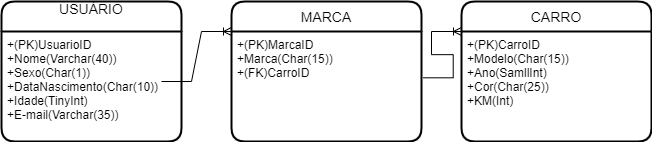
Earlier version of the draw.io export BancoDados/Diagrama_Veiculos.drawio.png (CristovamOliver/API_.NET6-DDD). Source tidied: cells renumbered, new cells last; positions are measured from the earlier drawing's top-left corner, leaving out a move shared by most shapes. Its diagram source:
```xml
<mxGraphModel>
  <root>
    <mxCell id="0" />
    <mxCell id="1" parent="0" />
    <mxCell id="2" value="USUÁRIO&#10;" style="swimlane;horizontal=1;startSize=30;rounded=1;fontSize=14;fontStyle=0;strokeWidth=2;shadow=0;dashed=0;align=center;" parent="1" vertex="1">
      <mxGeometry width="180" height="140" as="geometry" />
    </mxCell>
    <mxCell id="3" value="+(PK)UsuarioID&#10;+Nome(Varchar(40))&#10;+Sexo(Char(1))&#10;+DataNascimento(Char(10))&#10;+Idade(TinyInt)&#10;+E-mail(Varchar(35))&#10;" style="align=left;strokeColor=none;fillColor=none;spacingLeft=4;fontSize=12;verticalAlign=top;" parent="2" vertex="1">
      <mxGeometry y="30" width="180" height="110" as="geometry" />
    </mxCell>
    <mxCell id="4" value="MARCA" style="swimlane;horizontal=1;startSize=30;rounded=1;fontSize=14;fontStyle=0;strokeWidth=2;shadow=0;dashed=0;align=center;" parent="1" vertex="1">
      <mxGeometry x="230" width="190" height="140" as="geometry" />
    </mxCell>
    <mxCell id="5" value="+(PK)MarcaID&#10;+Marca(Char(15))&#10;+(FK)CarroID&#10;" style="align=left;strokeColor=none;fillColor=none;spacingLeft=4;fontSize=12;verticalAlign=top;" parent="4" vertex="1">
      <mxGeometry y="30" width="190" height="110" as="geometry" />
    </mxCell>
    <mxCell id="6" value="CARRO" style="swimlane;horizontal=1;startSize=30;rounded=1;fontSize=14;fontStyle=0;strokeWidth=2;shadow=0;dashed=0;align=center;" parent="1" vertex="1">
      <mxGeometry x="460" width="190" height="140" as="geometry" />
    </mxCell>
    <mxCell id="7" value="+(PK)CarroID&#10;+Modelo(Char(15))&#10;+Ano(SamllInt)&#10;+Cor(Char(25))&#10;+KM(Int)&#10;" style="align=left;strokeColor=none;fillColor=none;spacingLeft=4;fontSize=12;verticalAlign=top;" parent="6" vertex="1">
      <mxGeometry y="30" width="190" height="110" as="geometry" />
    </mxCell>
    <mxCell id="8" style="edgeStyle=entityRelationEdgeStyle;fontSize=12;html=1;endArrow=ERoneToMany;rounded=0;entryX=0;entryY=0;entryDx=0;entryDy=0;" parent="1" edge="1" target="5">
      <mxGeometry relative="1" as="geometry">
        <mxPoint x="160" y="80" as="sourcePoint" />
      </mxGeometry>
    </mxCell>
    <mxCell id="9" style="edgeStyle=entityRelationEdgeStyle;fontSize=12;html=1;endArrow=ERoneToMany;rounded=0;entryX=0;entryY=0;entryDx=0;entryDy=0;exitX=1.009;exitY=0.421;exitDx=0;exitDy=0;exitPerimeter=0;" parent="1" edge="1" source="5" target="7">
      <mxGeometry relative="1" as="geometry" />
    </mxCell>
  </root>
</mxGraphModel>
```
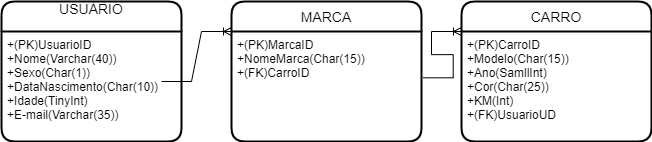
The same file after the commit.

Commit message:
Alteração script db e schema db

Diff of the diagram source:
```diff
@@ -11,13 +11,13 @@
     <mxCell id="4" value="MARCA" style="swimlane;horizontal=1;startSize=30;rounded=1;fontSize=14;fontStyle=0;strokeWidth=2;shadow=0;dashed=0;align=center;" parent="1" vertex="1">
       <mxGeometry x="230" width="190" height="140" as="geometry" />
     </mxCell>
-    <mxCell id="5" value="+(PK)MarcaID&#10;+Marca(Char(15))&#10;+(FK)CarroID&#10;" style="align=left;strokeColor=none;fillColor=none;spacingLeft=4;fontSize=12;verticalAlign=top;" parent="4" vertex="1">
+    <mxCell id="5" value="+(PK)MarcaID&#10;+NomeMarca(Char(15))&#10;+(FK)CarroID&#10;" style="align=left;strokeColor=none;fillColor=none;spacingLeft=4;fontSize=12;verticalAlign=top;" parent="4" vertex="1">
       <mxGeometry y="30" width="190" height="110" as="geometry" />
     </mxCell>
     <mxCell id="6" value="CARRO" style="swimlane;horizontal=1;startSize=30;rounded=1;fontSize=14;fontStyle=0;strokeWidth=2;shadow=0;dashed=0;align=center;" parent="1" vertex="1">
       <mxGeometry x="460" width="190" height="140" as="geometry" />
     </mxCell>
-    <mxCell id="7" value="+(PK)CarroID&#10;+Modelo(Char(15))&#10;+Ano(SamllInt)&#10;+Cor(Char(25))&#10;+KM(Int)&#10;" style="align=left;strokeColor=none;fillColor=none;spacingLeft=4;fontSize=12;verticalAlign=top;" parent="6" vertex="1">
+    <mxCell id="7" value="+(PK)CarroID&#10;+Modelo(Char(15))&#10;+Ano(SamllInt)&#10;+Cor(Char(25))&#10;+KM(Int)&#10;+(FK)UsuarioUD&#10;" style="align=left;strokeColor=none;fillColor=none;spacingLeft=4;fontSize=12;verticalAlign=top;" parent="6" vertex="1">
       <mxGeometry y="30" width="190" height="110" as="geometry" />
     </mxCell>
     <mxCell id="8" style="edgeStyle=entityRelationEdgeStyle;fontSize=12;html=1;endArrow=ERoneToMany;rounded=0;entryX=0;entryY=0;entryDx=0;entryDy=0;" parent="1" edge="1" target="5">
```
